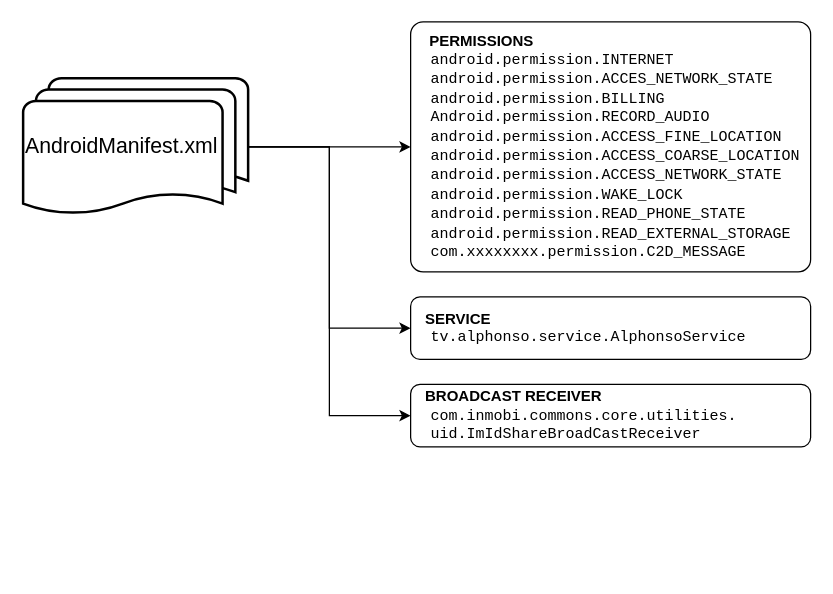
Above: Images/alphonso_drawio/ALPHONSO_AndroidManifest.drawio in KammLote/AndroidEavesdrop (draw.io), before the change. Source tidied: cells renumbered, new cells numbered last; positions are measured from the earlier drawing's top-left corner, leaving out a move shared by most shapes. Both pictures are drawn from the tidied source at 125%, with x=0, y=0 at pixel (22, 21).
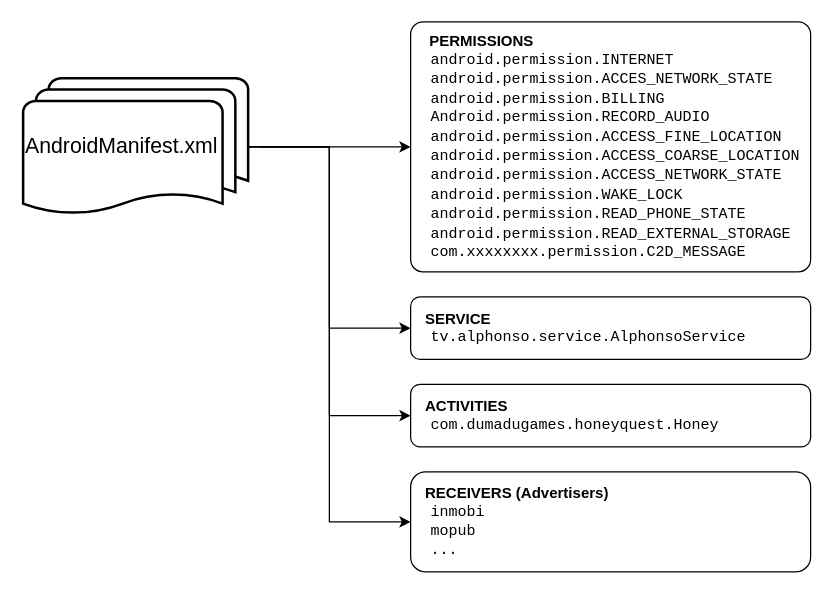
Above is the later version.

What changed in the source:
```diff
@@
 <mxGraphModel>
   <root>
     <mxCell id="0" />
     <mxCell id="1" parent="0" />
     <mxCell id="2" value="&lt;div&gt;&lt;span&gt;&lt;b&gt;&amp;nbsp; &amp;nbsp;SERVICE&lt;/b&gt;&lt;/span&gt;&lt;/div&gt;&lt;font face=&quot;Courier New&quot;&gt;&amp;nbsp; tv.alphonso.service.AlphonsoService&lt;/font&gt;" style="rounded=1;whiteSpace=wrap;html=1;align=left;" parent="1" vertex="1">
       <mxGeometry x="310" y="220" width="320" height="50" as="geometry" />
     </mxCell>
-    <mxCell id="3" value="&lt;div&gt;&lt;b&gt;&amp;nbsp; &amp;nbsp;BROADCAST RECEIVER&lt;/b&gt;&lt;/div&gt;&lt;font face=&quot;Courier New&quot;&gt;&amp;nbsp; com.inmobi.commons.core.utilities.&lt;br&gt;&lt;div&gt;&lt;span&gt;&amp;nbsp; uid.ImIdShareBroadCastReceiver&lt;/span&gt;&lt;/div&gt;&lt;/font&gt;" style="rounded=1;whiteSpace=wrap;html=1;align=left;" parent="1" vertex="1">
+    <mxCell id="3" value="&lt;div&gt;&lt;b&gt;&amp;nbsp; &amp;nbsp;ACTIVITIES&lt;/b&gt;&lt;/div&gt;&lt;font face=&quot;Courier New&quot;&gt;&amp;nbsp; com.dumadugames.honeyquest.Honey&lt;br&gt;&lt;/font&gt;" style="rounded=1;whiteSpace=wrap;html=1;align=left;" parent="1" vertex="1">
       <mxGeometry x="310" y="290" width="320" height="50" as="geometry" />
     </mxCell>
     <mxCell id="4" value="&lt;div&gt;&lt;span&gt;&lt;b&gt;&amp;nbsp; &amp;nbsp; PERMISSIONS&lt;/b&gt;&lt;/span&gt;&lt;/div&gt;&lt;div&gt;&lt;span&gt;&lt;font face=&quot;Courier New&quot;&gt;&amp;nbsp; android.permission.INTERNET&lt;/font&gt;&lt;/span&gt;&lt;/div&gt;&lt;div&gt;&lt;span&gt;&lt;font face=&quot;Courier New&quot;&gt;&amp;nbsp; android.permission.ACCES_NETWORK_STATE&lt;/font&gt;&lt;/span&gt;&lt;/div&gt;&lt;div&gt;&lt;span&gt;&lt;font face=&quot;Courier New&quot;&gt;&amp;nbsp; android.permission.BILLING&lt;/font&gt;&lt;/span&gt;&lt;/div&gt;&lt;div&gt;&lt;span&gt;&lt;font face=&quot;Courier New&quot;&gt;&amp;nbsp; Android.permission.RECORD_AUDIO&lt;/font&gt;&lt;/span&gt;&lt;/div&gt;&lt;div&gt;&lt;span&gt;&lt;font face=&quot;Courier New&quot;&gt;&amp;nbsp; android.permission.ACCESS_FINE_LOCATION&lt;/font&gt;&lt;/span&gt;&lt;/div&gt;&lt;div&gt;&lt;span&gt;&lt;font face=&quot;Courier New&quot;&gt;&amp;nbsp; android.permission.ACCESS_COARSE_LOCATION&lt;/font&gt;&lt;/span&gt;&lt;/div&gt;&lt;div&gt;&lt;span&gt;&lt;font face=&quot;Courier New&quot;&gt;&amp;nbsp; android.permission.ACCESS_NETWORK_STATE&lt;/font&gt;&lt;/span&gt;&lt;/div&gt;&lt;div&gt;&lt;span&gt;&lt;font face=&quot;Courier New&quot;&gt;&amp;nbsp; android.permission.WAKE_LOCK&lt;/font&gt;&lt;/span&gt;&lt;/div&gt;&lt;div&gt;&lt;span&gt;&lt;font face=&quot;Courier New&quot;&gt;&amp;nbsp; android.permission.READ_PHONE_STATE&lt;/font&gt;&lt;/span&gt;&lt;/div&gt;&lt;div&gt;&lt;span&gt;&lt;font face=&quot;Courier New&quot;&gt;&amp;nbsp; android.permission.READ_EXTERNAL_STORAGE&lt;/font&gt;&lt;/span&gt;&lt;/div&gt;&lt;div&gt;&lt;font face=&quot;Courier New&quot;&gt;&amp;nbsp; com.xxxxxxxx.permission.C2D_MESSAGE&lt;/font&gt;&lt;br&gt;&lt;/div&gt;" style="rounded=1;whiteSpace=wrap;html=1;align=left;arcSize=5;" parent="1" vertex="1">
       <mxGeometry x="310" width="320" height="200" as="geometry" />
     </mxCell>
     <mxCell id="5" style="edgeStyle=orthogonalEdgeStyle;rounded=0;jettySize=auto;html=1;exitX=1;exitY=0.5;exitDx=0;exitDy=0;exitPerimeter=0;" parent="1" edge="1" source="8" target="4">
       <mxGeometry relative="1" as="geometry" />
     </mxCell>
     <mxCell id="6" style="edgeStyle=orthogonalEdgeStyle;rounded=0;jettySize=auto;html=1;exitX=1;exitY=0.5;exitDx=0;exitDy=0;exitPerimeter=0;entryX=0;entryY=0.5;entryDx=0;entryDy=0;" parent="1" edge="1" source="8" target="2">
       <mxGeometry relative="1" as="geometry" />
     </mxCell>
     <mxCell id="7" style="edgeStyle=orthogonalEdgeStyle;rounded=0;jettySize=auto;html=1;exitX=1;exitY=0.5;exitDx=0;exitDy=0;exitPerimeter=0;entryX=0;entryY=0.5;entryDx=0;entryDy=0;" parent="1" edge="1" source="8" target="3">
       <mxGeometry relative="1" as="geometry" />
     </mxCell>
     <mxCell id="8" value="&lt;font style=&quot;font-size: 17px&quot;&gt;AndroidManifest.xml&lt;/font&gt;" style="strokeWidth=2;html=1;shape=mxgraph.flowchart.multi-document;whiteSpace=wrap;align=left;" parent="1" vertex="1">
       <mxGeometry y="45" width="180" height="110" as="geometry" />
     </mxCell>
+    <mxCell id="9" value="&lt;div&gt;&lt;b&gt;&amp;nbsp; &amp;nbsp;RECEIVERS (Advertisers)&lt;/b&gt;&lt;/div&gt;&lt;font face=&quot;Courier New&quot;&gt;&amp;nbsp; inmobi&lt;br&gt;&amp;nbsp; mopub&lt;br&gt;&amp;nbsp; ...&lt;br&gt;&lt;/font&gt;" style="rounded=1;whiteSpace=wrap;html=1;align=left;" parent="1" vertex="1">
+      <mxGeometry x="310" y="360" width="320" height="80" as="geometry" />
+    </mxCell>
+    <mxCell id="10" style="edgeStyle=orthogonalEdgeStyle;rounded=0;jettySize=auto;html=1;entryX=0;entryY=0.5;entryDx=0;entryDy=0;" parent="1" edge="1" target="9">
+      <mxGeometry relative="1" as="geometry">
+        <mxPoint x="190" y="100" as="sourcePoint" />
+        <Array as="points">
+          <mxPoint x="245" y="100" />
+          <mxPoint x="245" y="400" />
+        </Array>
+      </mxGeometry>
+    </mxCell>
   </root>
 </mxGraphModel>
```
